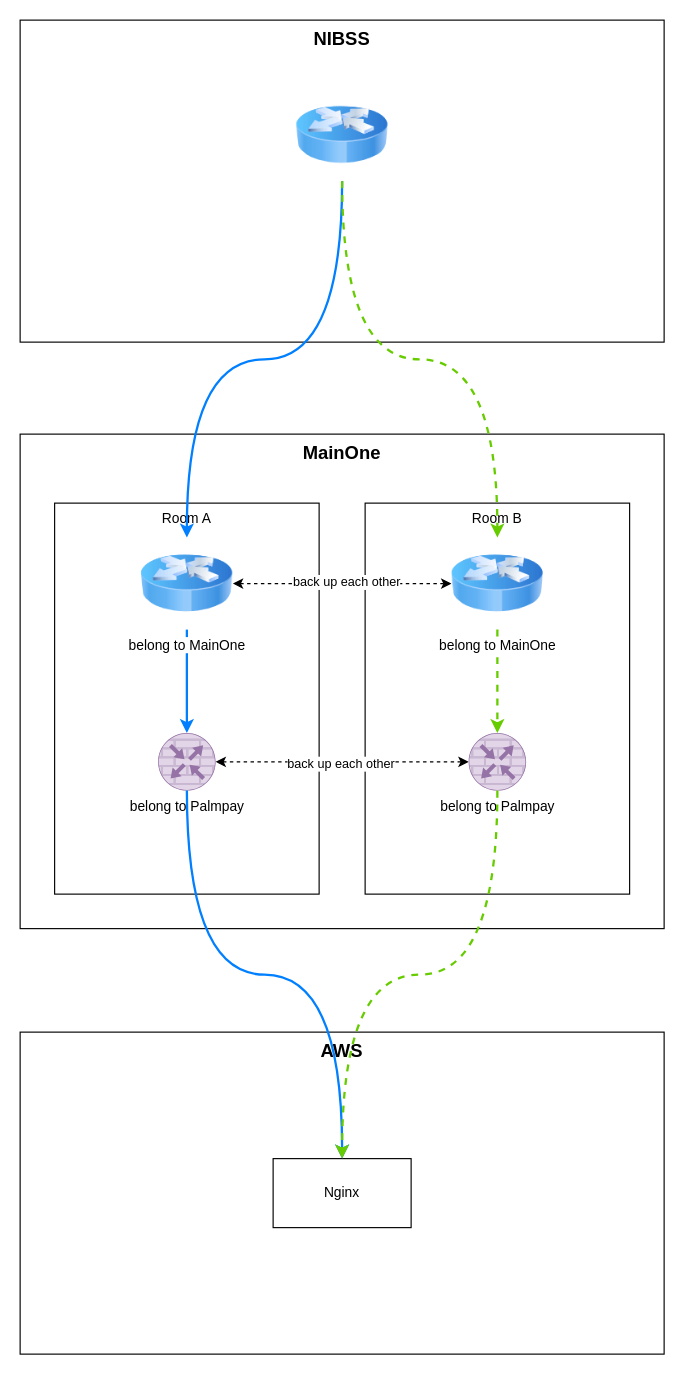
Above: NIBSS-MainOne.drawio in catface996/images (draw.io), before the change. Source tidied: cells renumbered, new cells numbered last; positions are measured from the earlier drawing's top-left corner, leaving out a move shared by most shapes. Both pictures are drawn from the tidied source at 115%, with x=0, y=0 at pixel (20, 20).
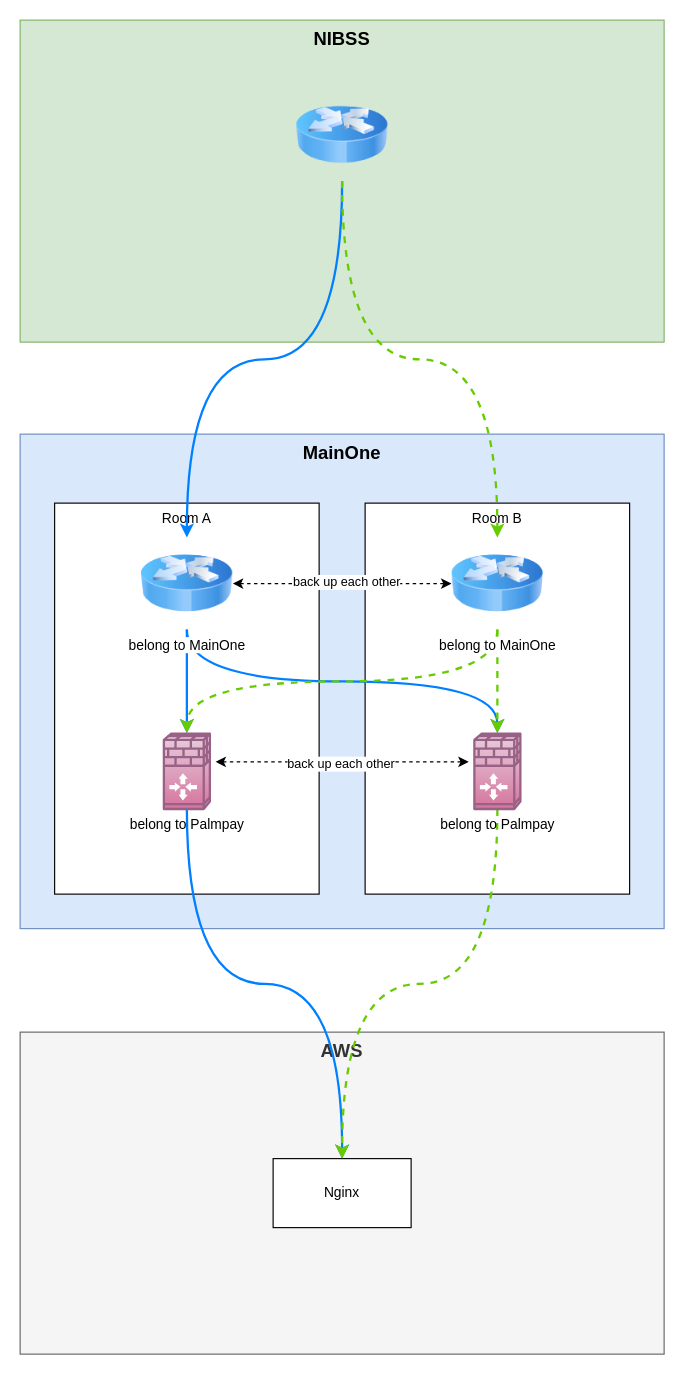
After the change.

Unchanged cells that the change refers to:
```xml
<mxCell id="9" value="belong to MainOne" style="image;html=1;image=img/lib/clip_art/networking/Router_Icon_128x128.png;" parent="1" vertex="1">
  <mxGeometry x="105" y="450" width="80" height="80" as="geometry" />
</mxCell>
<mxCell id="11" value="belong to MainOne" style="image;html=1;image=img/lib/clip_art/networking/Router_Icon_128x128.png;" parent="1" vertex="1">
  <mxGeometry x="375" y="450" width="80" height="80" as="geometry" />
</mxCell>
<mxCell id="20" value="Nginx" style="rounded=0;whiteSpace=wrap;html=1;" parent="1" vertex="1">
  <mxGeometry x="220" y="990" width="120" height="60" as="geometry" />
</mxCell>
```

Diff of the diagram source:
```diff
@@
-    <mxCell id="2" value="MainOne" style="rounded=0;whiteSpace=wrap;html=1;verticalAlign=top;fontStyle=1;fontSize=16;" parent="1" vertex="1">
+    <mxCell id="2" value="MainOne" style="rounded=0;whiteSpace=wrap;html=1;verticalAlign=top;fontStyle=1;fontSize=16;fillColor=#dae8fc;strokeColor=#6c8ebf;" parent="1" vertex="1">
       <mxGeometry y="360" width="560" height="430" as="geometry" />
     </mxCell>
@@
-    <mxCell id="5" value="NIBSS" style="rounded=0;whiteSpace=wrap;html=1;verticalAlign=top;fontStyle=1;fontSize=16;" parent="1" vertex="1">
+    <mxCell id="5" value="NIBSS" style="rounded=0;whiteSpace=wrap;html=1;verticalAlign=top;fontStyle=1;fontSize=16;fillColor=#d5e8d4;strokeColor=#82b366;" parent="1" vertex="1">
       <mxGeometry width="560" height="280" as="geometry" />
     </mxCell>
-    <mxCell id="6" style="edgeStyle=orthogonalEdgeStyle;rounded=0;jettySize=auto;html=1;entryX=0.5;entryY=0;entryDx=0;entryDy=0;entryPerimeter=0;strokeColor=#007FFF;strokeWidth=2;" parent="1" edge="1" source="9" target="14">
+    <mxCell id="6" style="edgeStyle=orthogonalEdgeStyle;rounded=0;jettySize=auto;html=1;entryX=0.5;entryY=0;entryDx=0;entryDy=0;entryPerimeter=0;strokeColor=#007FFF;strokeWidth=2;" parent="1" edge="1" source="9" target="25">
       <mxGeometry relative="1" as="geometry" />
     </mxCell>
@@
+    <mxCell id="23" style="edgeStyle=orthogonalEdgeStyle;rounded=0;jettySize=auto;html=1;entryX=0.5;entryY=0;entryDx=0;entryDy=0;entryPerimeter=0;exitX=0.5;exitY=1;exitDx=0;exitDy=0;curved=1;strokeColor=#007FFF;strokeWidth=2;" parent="1" edge="1" source="9" target="26">
+      <mxGeometry relative="1" as="geometry" />
+    </mxCell>
@@
-    <mxCell id="10" style="edgeStyle=orthogonalEdgeStyle;rounded=0;jettySize=auto;html=1;entryX=0.5;entryY=0;entryDx=0;entryDy=0;entryPerimeter=0;strokeColor=#66CC00;strokeWidth=2;dashed=1;" parent="1" edge="1" source="11" target="15">
+    <mxCell id="10" style="edgeStyle=orthogonalEdgeStyle;rounded=0;jettySize=auto;html=1;entryX=0.5;entryY=0;entryDx=0;entryDy=0;entryPerimeter=0;strokeColor=#66CC00;strokeWidth=2;dashed=1;" parent="1" edge="1" source="11" target="26">
       <mxGeometry relative="1" as="geometry" />
     </mxCell>
+    <mxCell id="24" style="edgeStyle=orthogonalEdgeStyle;rounded=0;jettySize=auto;html=1;entryX=0.5;entryY=0;entryDx=0;entryDy=0;entryPerimeter=0;exitX=0.5;exitY=1;exitDx=0;exitDy=0;curved=1;dashed=1;strokeColor=#66CC00;strokeWidth=2;" parent="1" edge="1" source="11" target="25">
+      <mxGeometry relative="1" as="geometry" />
+    </mxCell>
@@
-    <mxCell id="12" style="edgeStyle=orthogonalEdgeStyle;rounded=0;jettySize=auto;html=1;entryX=0;entryY=0.5;entryDx=0;entryDy=0;entryPerimeter=0;startArrow=classic;startFill=1;dashed=1;" parent="1" edge="1" source="14" target="15">
-      <mxGeometry relative="1" as="geometry" />
+    <mxCell id="12" style="edgeStyle=orthogonalEdgeStyle;rounded=0;orthogonalLoop=1;jettySize=auto;html=1;entryX=0;entryY=0.5;entryDx=0;entryDy=0;entryPerimeter=0;startArrow=classic;startFill=1;dashed=1;" parent="1" edge="1">
+      <mxGeometry relative="1" as="geometry">
+        <mxPoint x="170" y="645" as="sourcePoint" />
+        <mxPoint x="390" y="645" as="targetPoint" />
+      </mxGeometry>
     </mxCell>
@@
-    <mxCell id="14" value="belong to Palmpay" style="sketch=0;points=[[0.5,0,0],[1,0.5,0],[0.5,1,0],[0,0.5,0],[0.145,0.145,0],[0.8555,0.145,0],[0.855,0.8555,0],[0.145,0.855,0]];verticalLabelPosition=bottom;html=1;verticalAlign=top;align=center;shape=mxgraph.cisco19.rect;prIcon=router_with_firewall;fillColor=#e1d5e7;strokeColor=#9673a6;" parent="1" vertex="1">
-      <mxGeometry x="120" y="620" width="50" height="50" as="geometry" />
-    </mxCell>
-    <mxCell id="15" value="belong to Palmpay" style="sketch=0;points=[[0.5,0,0],[1,0.5,0],[0.5,1,0],[0,0.5,0],[0.145,0.145,0],[0.8555,0.145,0],[0.855,0.8555,0],[0.145,0.855,0]];verticalLabelPosition=bottom;html=1;verticalAlign=top;align=center;shape=mxgraph.cisco19.rect;prIcon=router_with_firewall;fillColor=#e1d5e7;strokeColor=#9673a6;" parent="1" vertex="1">
-      <mxGeometry x="390" y="620" width="50" height="50" as="geometry" />
-    </mxCell>
@@
-    <mxCell id="19" value="AWS" style="rounded=0;whiteSpace=wrap;html=1;verticalAlign=top;fontSize=16;fontStyle=1;" parent="1" vertex="1">
+    <mxCell id="19" value="AWS" style="rounded=0;whiteSpace=wrap;html=1;verticalAlign=top;fontSize=16;fontStyle=1;fillColor=#f5f5f5;fontColor=#333333;strokeColor=#666666;" parent="1" vertex="1">
       <mxGeometry y="880" width="560" height="280" as="geometry" />
     </mxCell>
@@
-    <mxCell id="21" style="edgeStyle=orthogonalEdgeStyle;rounded=0;jettySize=auto;html=1;entryX=0.5;entryY=0;entryDx=0;entryDy=0;curved=1;exitX=0.5;exitY=1;exitDx=0;exitDy=0;exitPerimeter=0;strokeColor=#007FFF;strokeWidth=2;" parent="1" edge="1" source="14" target="20">
+    <mxCell id="21" style="edgeStyle=orthogonalEdgeStyle;rounded=0;jettySize=auto;html=1;entryX=0.5;entryY=0;entryDx=0;entryDy=0;curved=1;exitX=0.5;exitY=1;exitDx=0;exitDy=0;exitPerimeter=0;strokeColor=#007FFF;strokeWidth=2;" parent="1" edge="1" source="25" target="20">
       <mxGeometry relative="1" as="geometry" />
     </mxCell>
-    <mxCell id="22" style="edgeStyle=orthogonalEdgeStyle;rounded=0;jettySize=auto;html=1;entryX=0.5;entryY=0;entryDx=0;entryDy=0;curved=1;exitX=0.5;exitY=1;exitDx=0;exitDy=0;exitPerimeter=0;strokeColor=#66CC00;strokeWidth=2;dashed=1;" parent="1" edge="1" source="15" target="20">
+    <mxCell id="22" style="edgeStyle=orthogonalEdgeStyle;rounded=0;jettySize=auto;html=1;entryX=0.5;entryY=0;entryDx=0;entryDy=0;curved=1;exitX=0.5;exitY=1;exitDx=0;exitDy=0;exitPerimeter=0;strokeColor=#66CC00;strokeWidth=2;dashed=1;" parent="1" edge="1" source="26" target="20">
       <mxGeometry relative="1" as="geometry" />
     </mxCell>
+    <mxCell id="25" value="belong to Palmpay" style="shape=mxgraph.cisco.security.ios_firewall;html=1;dashed=0;fillColor=#e6d0de;strokeColor=#996185;strokeWidth=2;verticalLabelPosition=bottom;verticalAlign=top;align=center;outlineConnect=0;gradientColor=#d5739d;" parent="1" vertex="1">
+      <mxGeometry x="125" y="620" width="40" height="66" as="geometry" />
+    </mxCell>
+    <mxCell id="26" value="belong to Palmpay" style="shape=mxgraph.cisco.security.ios_firewall;html=1;dashed=0;fillColor=#e6d0de;strokeColor=#996185;strokeWidth=2;verticalLabelPosition=bottom;verticalAlign=top;align=center;outlineConnect=0;gradientColor=#d5739d;" parent="1" vertex="1">
+      <mxGeometry x="395" y="620" width="40" height="66" as="geometry" />
+    </mxCell>
```
